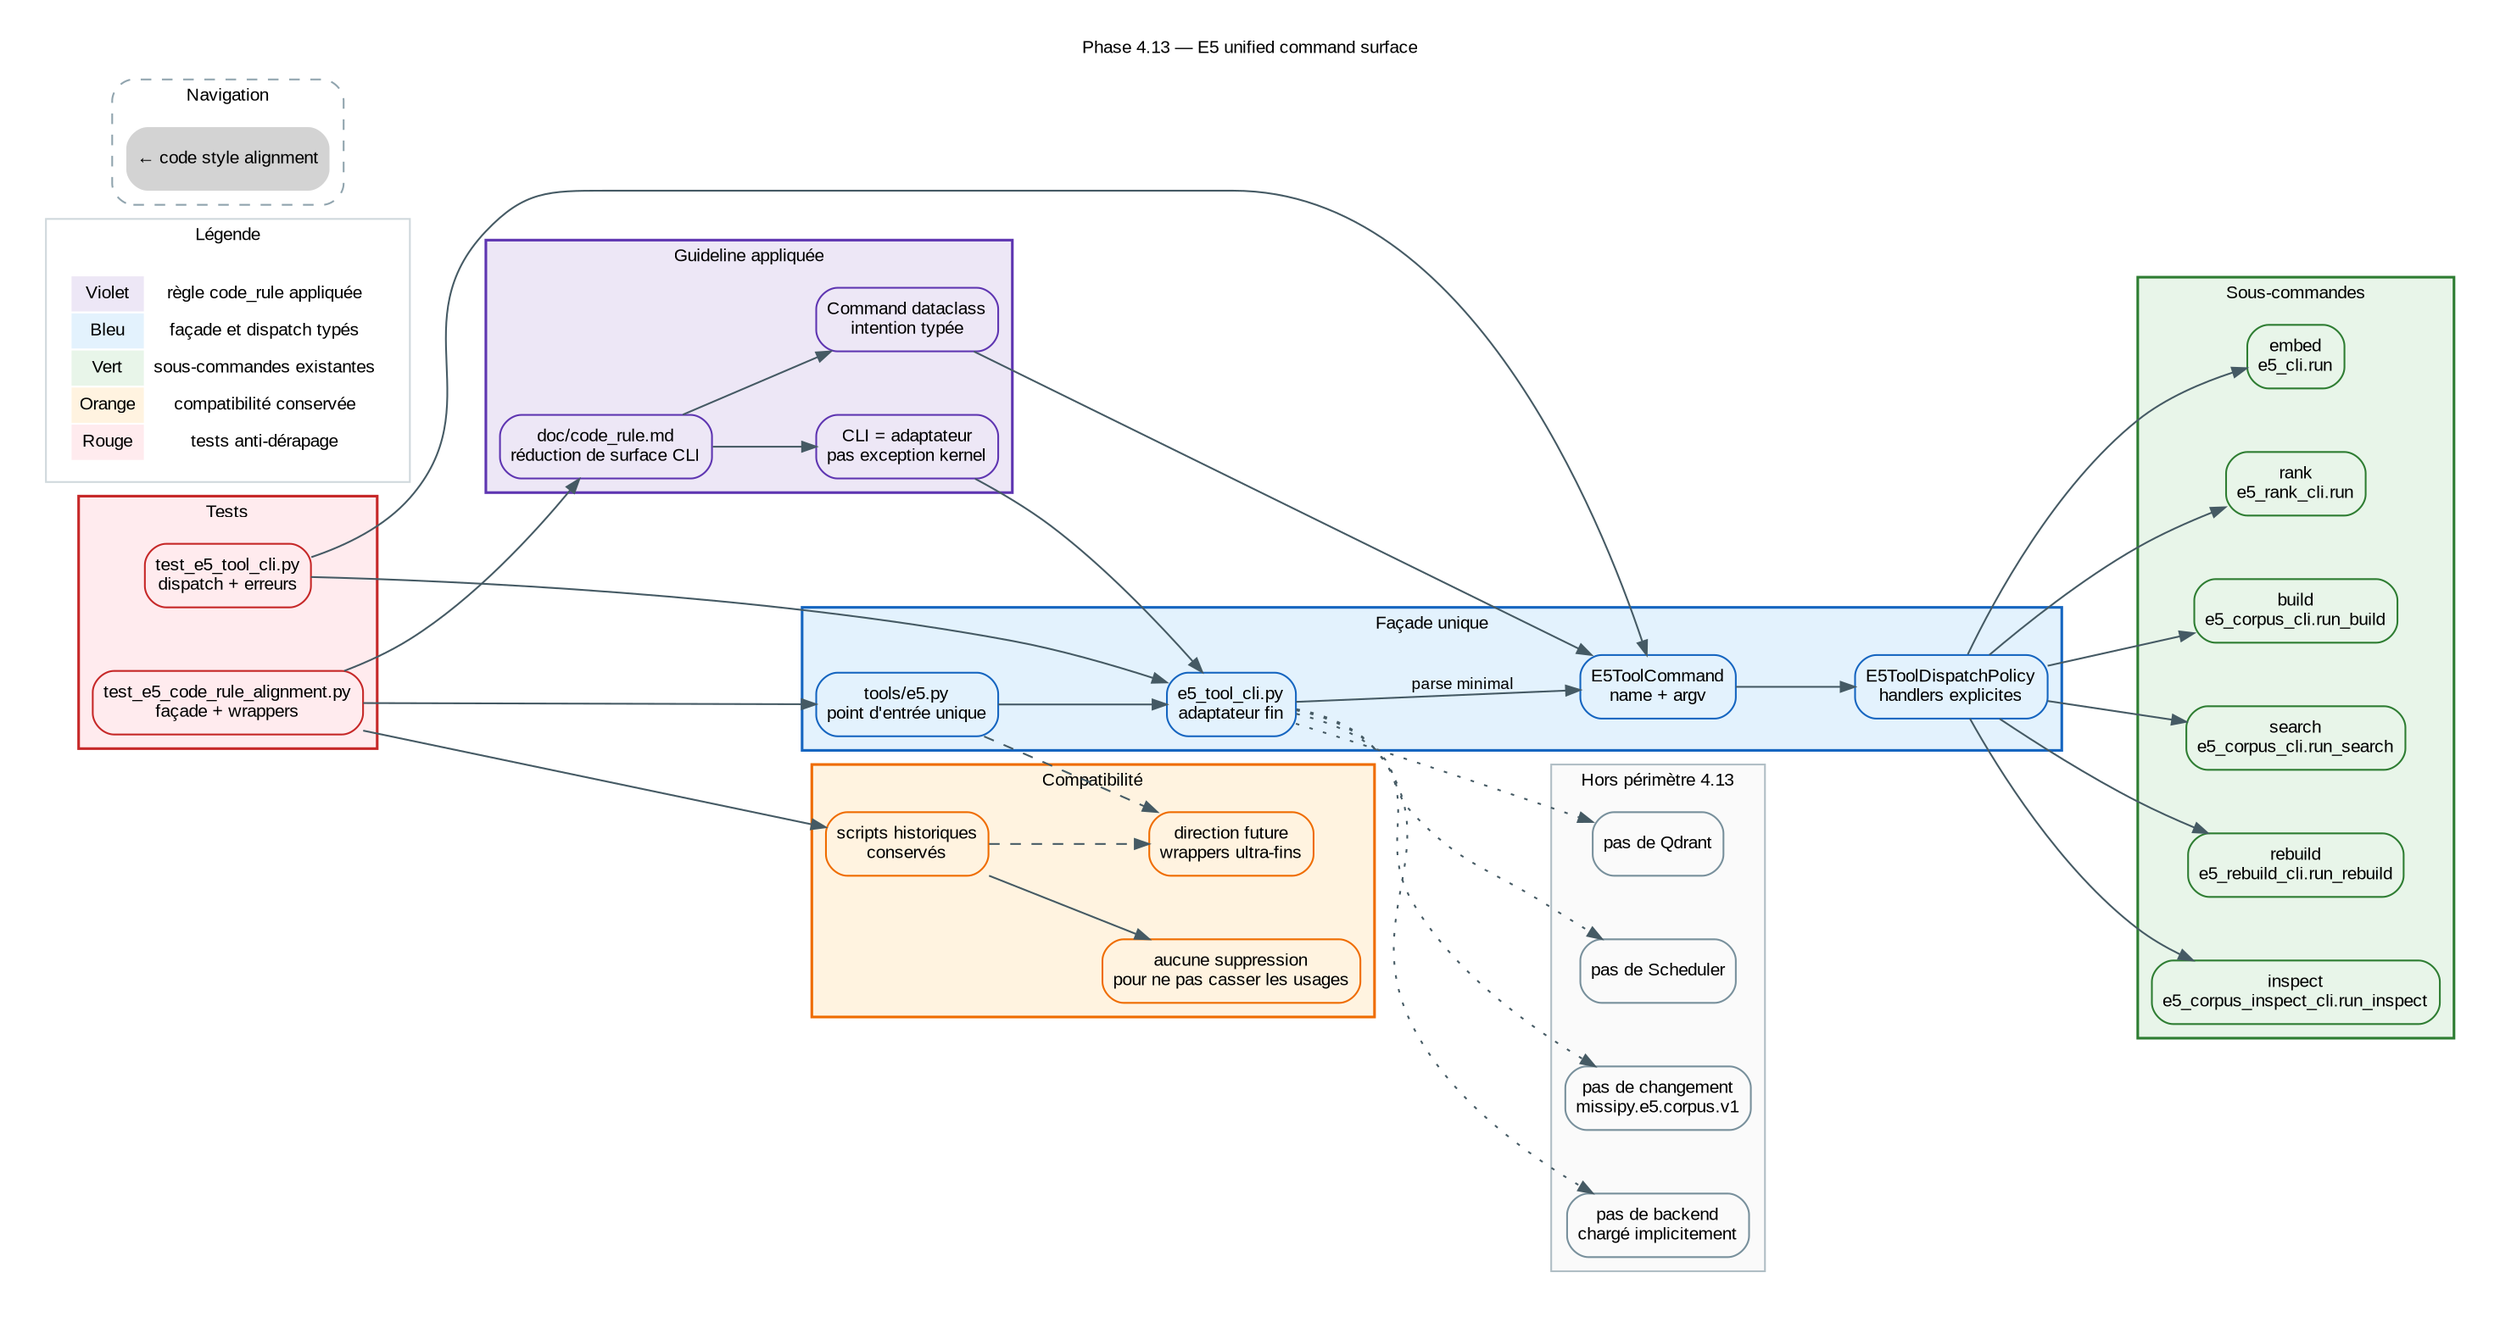
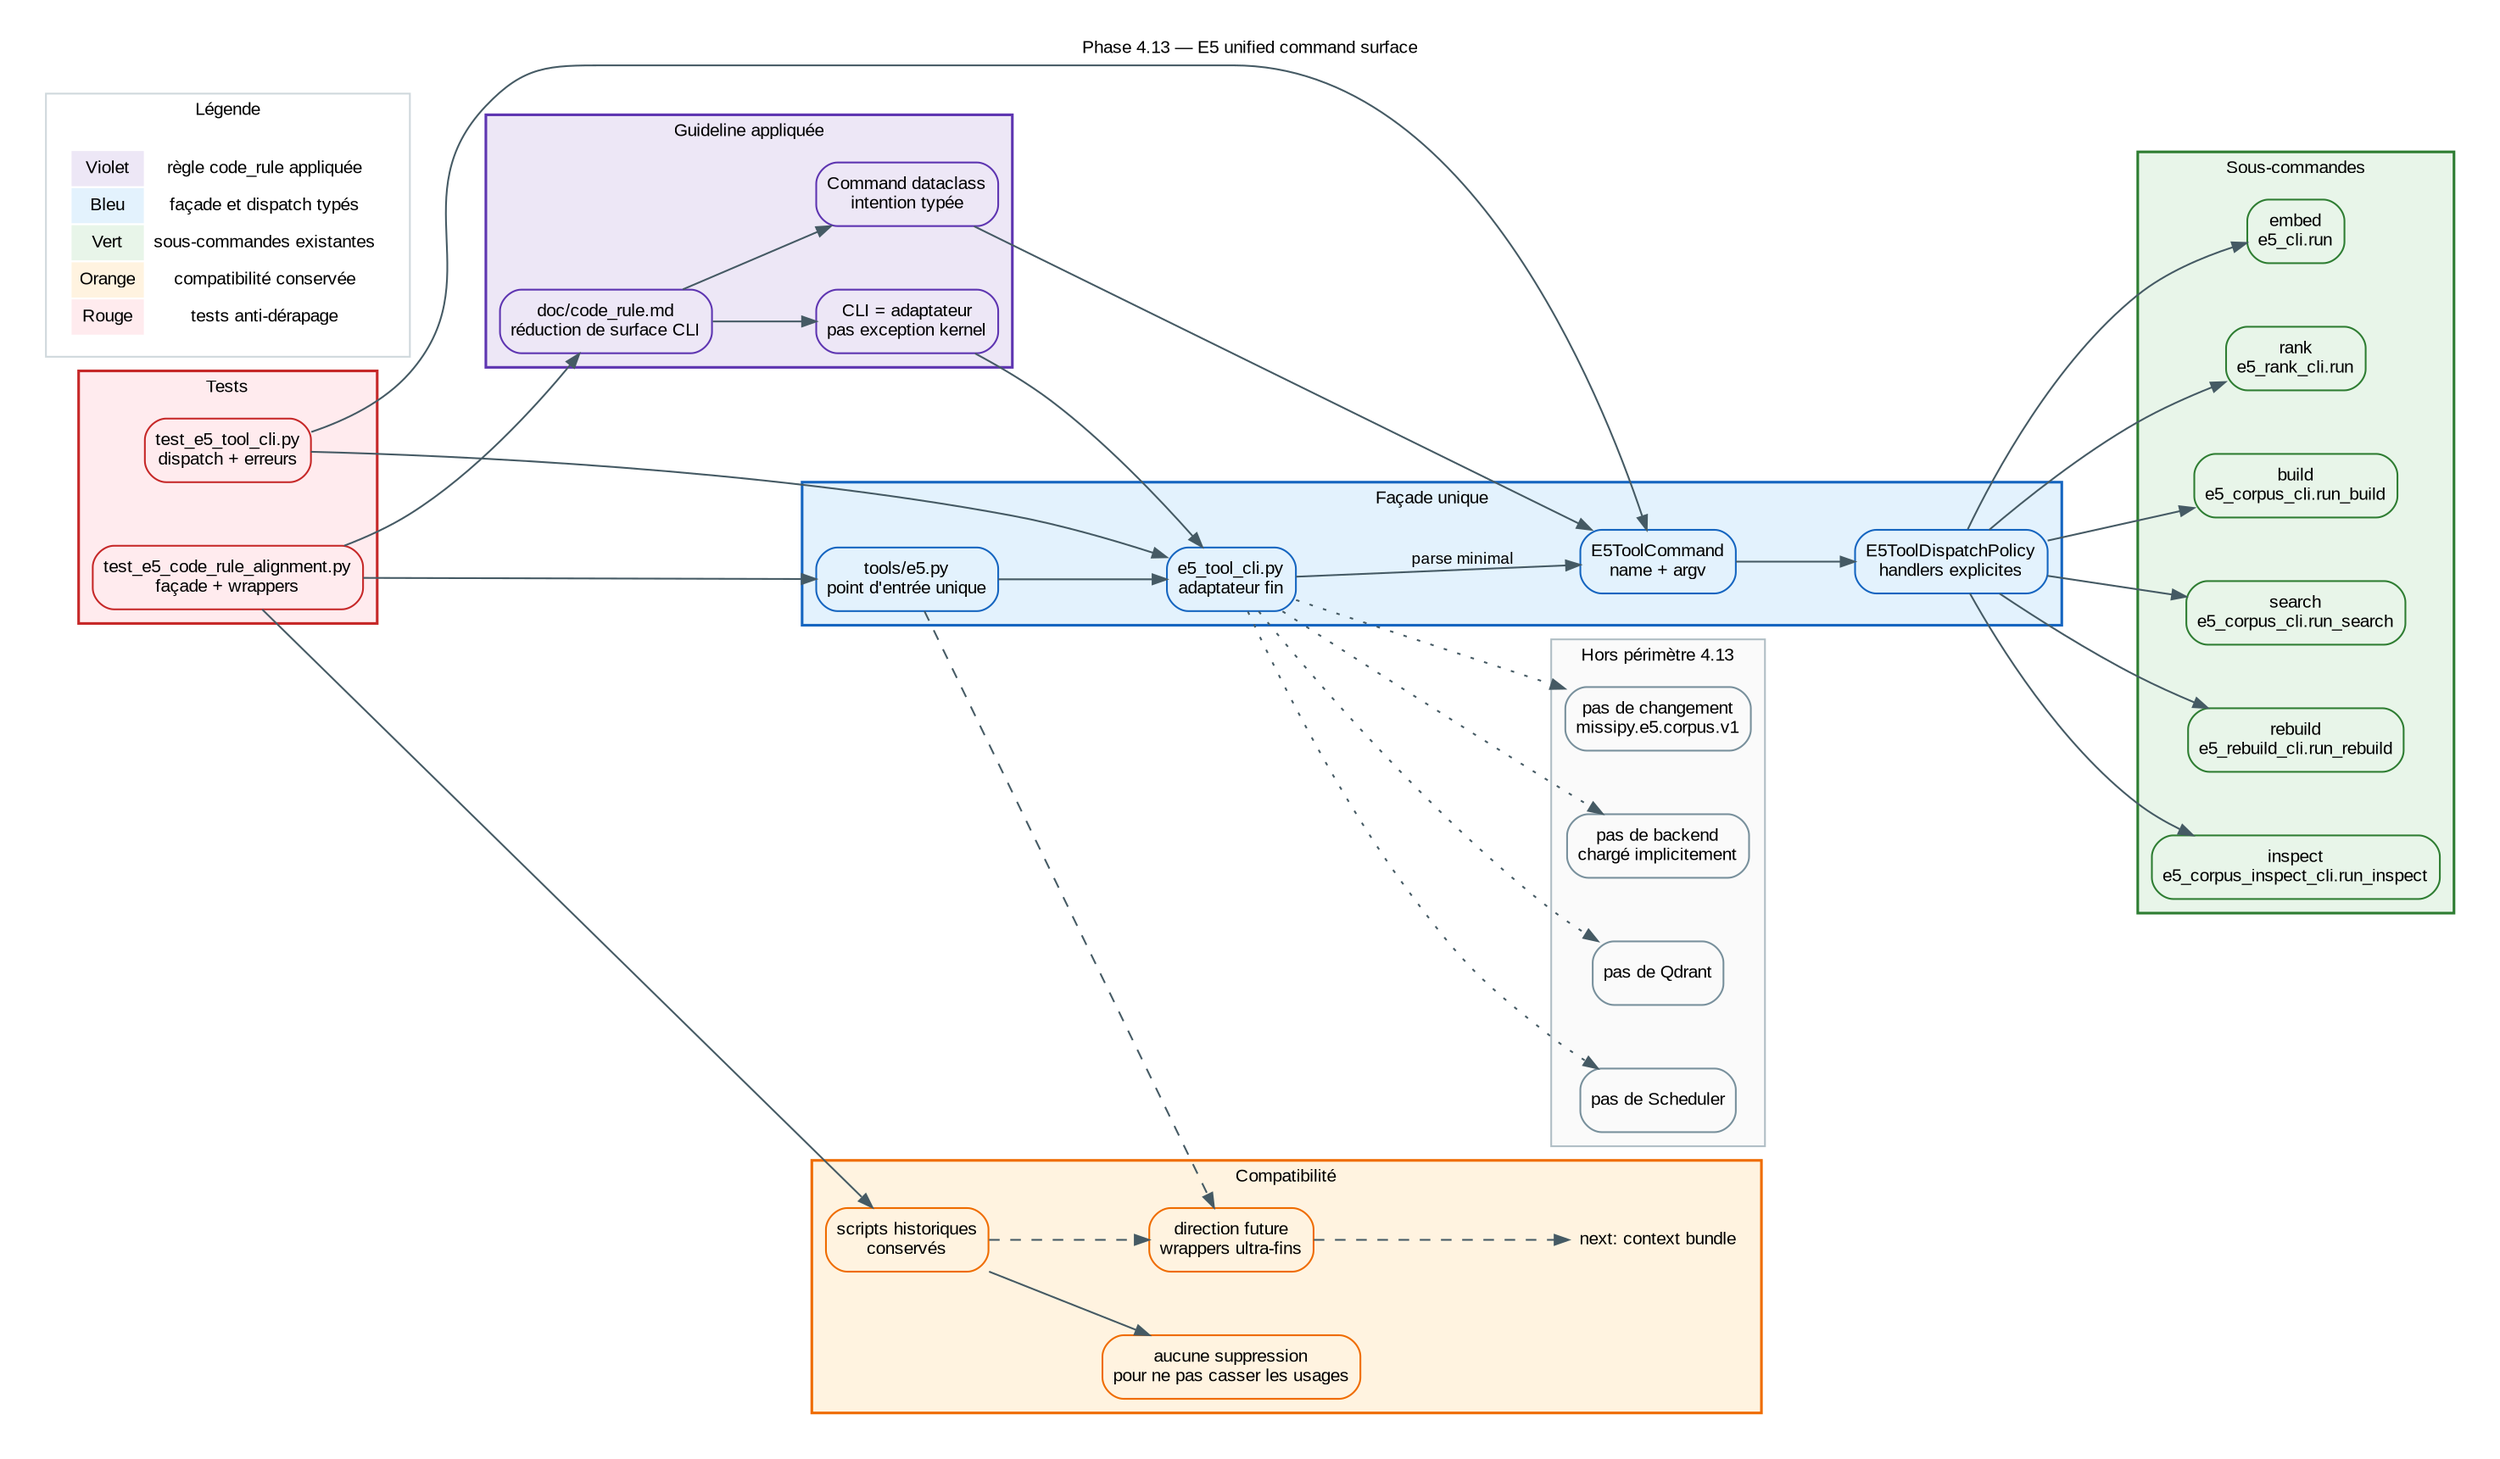
digraph E5UnifiedCommandSurface {
  // ROADMAP_ID: inference.e5_unified_command_surface
  // ROADMAP_PARENT: inference/66_e5_code_style_alignment.dot
  // ROADMAP_NOTE[phase4_13]:
  // Réduit la surface CLI E5 via tools/e5.py tout en conservant les anciens scripts comme wrappers de compatibilité.

  rankdir=LR;
  graph [
    fontname="Arial",
    fontsize=10,
    labelloc="t",
    label="Phase 4.13 — E5 unified command surface",
    bgcolor="white",
    pad=0.25,
    nodesep=0.5,
    ranksep=0.8
  ];
  node [shape=box, style="filled,rounded", fontname="Arial", fontsize=10, margin="0.09,0.06"];
  edge [fontname="Arial", fontsize=9, color="#455a64", arrowsize=0.8];

  subgraph cluster_code_rule {
    label="Guideline appliquée";
    color="#5e35b1";
    bgcolor="#ede7f6";
    penwidth=1.5;
    node [fillcolor="#ede7f6", color="#5e35b1"];
    CodeRule [label="doc/code_rule.md
- réduction de surface CLI"];
+ réduction de surface CLI", URL="66_e5_code_style_alignment.svg"];
    AdapterRule [label="CLI = adaptateur
pas exception kernel"];
    CommandRule [label="Command dataclass
intention typée"];
  }

  subgraph cluster_front {
    label="Façade unique";
    color="#1565c0";
    bgcolor="#e3f2fd";
    penwidth=1.5;
    node [fillcolor="#e3f2fd", color="#1565c0"];
    Tool [label="tools/e5.py
point d'entrée unique"];
    ToolCli [label="e5_tool_cli.py
adaptateur fin"];
    Command [label="E5ToolCommand
name + argv"];
    Policy [label="E5ToolDispatchPolicy
handlers explicites"];
  }

  subgraph cluster_subcommands {
    label="Sous-commandes";
    color="#2e7d32";
    bgcolor="#e8f5e9";
    penwidth=1.5;
    node [fillcolor="#e8f5e9", color="#2e7d32"];
    Embed [label="embed
e5_cli.run"];
    Rank [label="rank
e5_rank_cli.run"];
    Build [label="build
e5_corpus_cli.run_build"];
    Search [label="search
e5_corpus_cli.run_search", URL="65_e5_search_report_file.svg"];
    Rebuild [label="rebuild
e5_rebuild_cli.run_rebuild", URL="64_e5_rebuild_report_file.svg"];
    Inspect [label="inspect
e5_corpus_inspect_cli.run_inspect", URL="60_e5_corpus_diagnostics.svg"];
  }

  subgraph cluster_compat {
    label="Compatibilité";
    color="#ef6c00";
    bgcolor="#fff3e0";
    penwidth=1.5;
    node [fillcolor="#fff3e0", color="#ef6c00"];
    Wrappers [label="scripts historiques
conservés"];
    NoRemoval [label="aucune suppression
pour ne pas casser les usages"];
    Future [label="direction future
wrappers ultra-fins"];
+     Context [label="next: context bundle", shape=plaintext, URL="68_e5_context_bundle.svg"];
  }

  subgraph cluster_tests {
    label="Tests";
    color="#c62828";
    bgcolor="#ffebee";
    penwidth=1.5;
    node [fillcolor="#ffebee", color="#c62828"];
    ToolTests [label="test_e5_tool_cli.py
dispatch + erreurs"];
    RuleTests [label="test_e5_code_rule_alignment.py
façade + wrappers"];
  }

  CodeRule -> AdapterRule;
  CodeRule -> CommandRule;
  AdapterRule -> ToolCli;
  CommandRule -> Command;
  Tool -> ToolCli;
  ToolCli -> Command [label="parse minimal"];
  Command -> Policy;
  Policy -> Embed;
  Policy -> Rank;
  Policy -> Build;
  Policy -> Search;
  Policy -> Rebuild;
  Policy -> Inspect;

  Wrappers -> NoRemoval;
  Tool -> Future [style=dashed];
+   Future -> Context [style=dashed];
  Wrappers -> Future [style=dashed];

  ToolTests -> ToolCli;
  ToolTests -> Command;
  RuleTests -> CodeRule;
  RuleTests -> Tool;
  RuleTests -> Wrappers;

  subgraph cluster_scope {
    label="Hors périmètre 4.13";
    color="#b0bec5";
    bgcolor="#fafafa";
    node [fillcolor="#fafafa", color="#78909c"];
    NoQdrant [label="pas de Qdrant"];
    NoScheduler [label="pas de Scheduler"];
    NoSchema [label="pas de changement
missipy.e5.corpus.v1"];
    NoBackend [label="pas de backend
chargé implicitement"];
  }

  ToolCli -> NoQdrant [style=dotted];
  ToolCli -> NoScheduler [style=dotted];
  ToolCli -> NoSchema [style=dotted];
  ToolCli -> NoBackend [style=dotted];

  subgraph cluster_legend {
    label="Légende";
    color="#cfd8dc";
    bgcolor="#ffffff";
    penwidth=1.0;
    node [shape=plaintext, fillcolor="#ffffff", color="#ffffff"];
    Legend [label=<
      <TABLE BORDER="0" CELLBORDER="1" CELLSPACING="0" CELLPADDING="4">
        <TR><TD BGCOLOR="#ede7f6">Violet</TD><TD>règle code_rule appliquée</TD></TR>
        <TR><TD BGCOLOR="#e3f2fd">Bleu</TD><TD>façade et dispatch typés</TD></TR>
        <TR><TD BGCOLOR="#e8f5e9">Vert</TD><TD>sous-commandes existantes</TD></TR>
        <TR><TD BGCOLOR="#fff3e0">Orange</TD><TD>compatibilité conservée</TD></TR>
        <TR><TD BGCOLOR="#ffebee">Rouge</TD><TD>tests anti-dérapage</TD></TR>
      </TABLE>
    >];
  }

  // HTML_DETAIL[phase4_13]:
  // title: E5 unified command surface
  // summary: tools/e5.py devient la façade de dispatch E5 et les scripts historiques restent des wrappers de compatibilité.
  // technical: E5ToolCommand capture l'intention, E5ToolDispatchPolicy porte le routage explicite, aucun use-case E5 n'est dupliqué.
  // ui_hint: Afficher les wrappers historiques comme compatibles mais recommander tools/e5.py pour les nouveaux usages.
- 
-   subgraph cluster_navigation {
-     label="Navigation";
-     style="rounded,dashed";
-     color="#90a4ae";
- 
-     Parent [label="← code style alignment", shape=plaintext, URL="66_e5_code_style_alignment.svg"];
-   }
}
